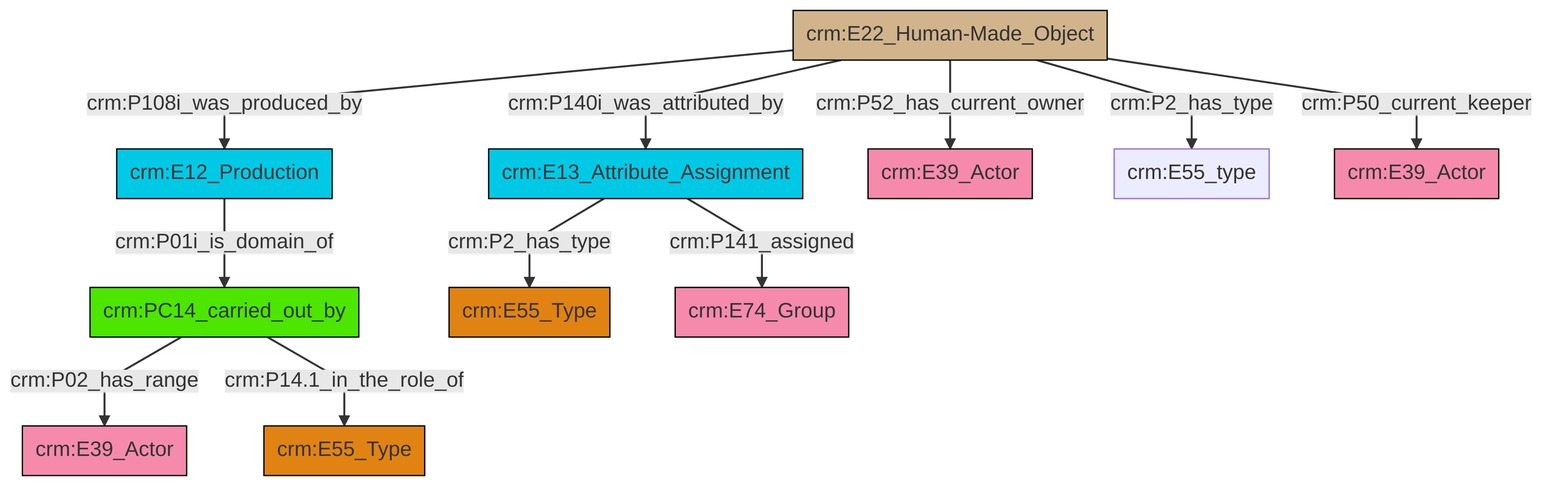
Before: et/artworkCSV/ttl/mmd/png/Artwork_Actor_Relations.png, a diagram exported from Mermaid (swiss-art-research-net/reference-data-models). Its source is kept beside it as et/artworkCSV/ttl/mmd/Artwork_Actor_Relations.ttl.mmd.
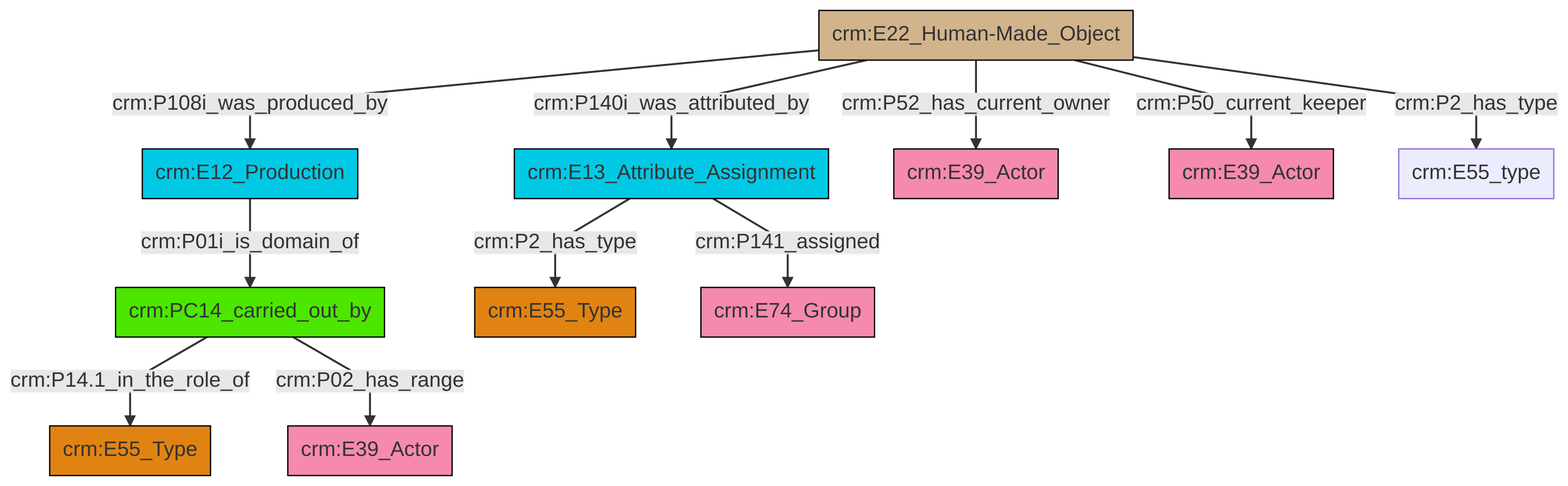
Above is the later version.

Change to the diagram source:
```diff
@@ -13,13 +13,13 @@
 classDef PC_Classes fill:#4ce600, stroke:#000000;
 classDef Multi fill:#cccccc,stroke:#000000;
 
-4["crm:E22_Human-Made_Object"]:::Physical_Thing -->|crm:P52_has_current_owner| 5["crm:E39_Actor"]:::Actor
-6["crm:PC14_carried_out_by"]:::PC_Classes -->|crm:P02_has_range| 7["crm:E39_Actor"]:::Actor
-2["crm:E13_Attribute_Assignment"]:::Temporal_Entity -->|crm:P2_has_type| 8["crm:E55_Type"]:::Type
-4["crm:E22_Human-Made_Object"]:::Physical_Thing -->|crm:P2_has_type| 12["crm:E55_type"]:::Default
-2["crm:E13_Attribute_Assignment"]:::Temporal_Entity -->|crm:P141_assigned| 9["crm:E74_Group"]:::Actor
-6["crm:PC14_carried_out_by"]:::PC_Classes -->|crm:P14.1_in_the_role_of| 14["crm:E55_Type"]:::Type
-4["crm:E22_Human-Made_Object"]:::Physical_Thing -->|crm:P108i_was_produced_by| 0["crm:E12_Production"]:::Temporal_Entity
-4["crm:E22_Human-Made_Object"]:::Physical_Thing -->|crm:P140i_was_attributed_by| 2["crm:E13_Attribute_Assignment"]:::Temporal_Entity
-4["crm:E22_Human-Made_Object"]:::Physical_Thing -->|crm:P50_current_keeper| 20["crm:E39_Actor"]:::Actor
-0["crm:E12_Production"]:::Temporal_Entity -->|crm:P01i_is_domain_of| 6["crm:PC14_carried_out_by"]:::PC_Classes
+2["crm:E22_Human-Made_Object"]:::Physical_Thing -->|crm:P108i_was_produced_by| 3["crm:E12_Production"]:::Temporal_Entity
+2["crm:E22_Human-Made_Object"]:::Physical_Thing -->|crm:P140i_was_attributed_by| 4["crm:E13_Attribute_Assignment"]:::Temporal_Entity
+2["crm:E22_Human-Made_Object"]:::Physical_Thing -->|crm:P52_has_current_owner| 7["crm:E39_Actor"]:::Actor
+2["crm:E22_Human-Made_Object"]:::Physical_Thing -->|crm:P50_current_keeper| 0["crm:E39_Actor"]:::Actor
+4["crm:E13_Attribute_Assignment"]:::Temporal_Entity -->|crm:P2_has_type| 13["crm:E55_Type"]:::Type
+2["crm:E22_Human-Made_Object"]:::Physical_Thing -->|crm:P2_has_type| 11["crm:E55_type"]:::Default
+17["crm:PC14_carried_out_by"]:::PC_Classes -->|crm:P14.1_in_the_role_of| 15["crm:E55_Type"]:::Type
+4["crm:E13_Attribute_Assignment"]:::Temporal_Entity -->|crm:P141_assigned| 19["crm:E74_Group"]:::Actor
+17["crm:PC14_carried_out_by"]:::PC_Classes -->|crm:P02_has_range| 8["crm:E39_Actor"]:::Actor
+3["crm:E12_Production"]:::Temporal_Entity -->|crm:P01i_is_domain_of| 17["crm:PC14_carried_out_by"]:::PC_Classes
```
